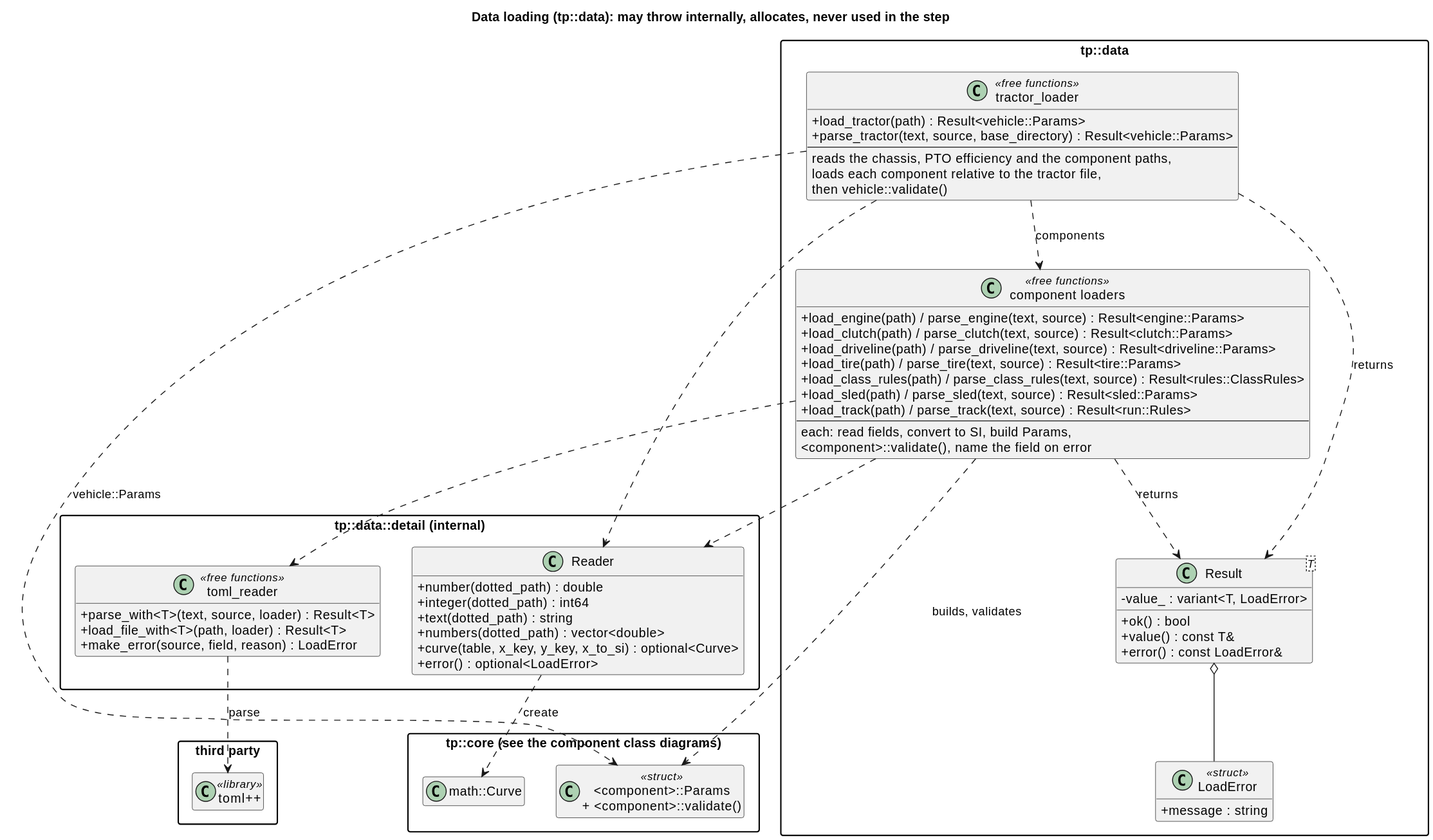
Earlier version of the PlantUML export docs/diagrams/svg/data_io_classes.svg (wversteeg/TractorPulling).
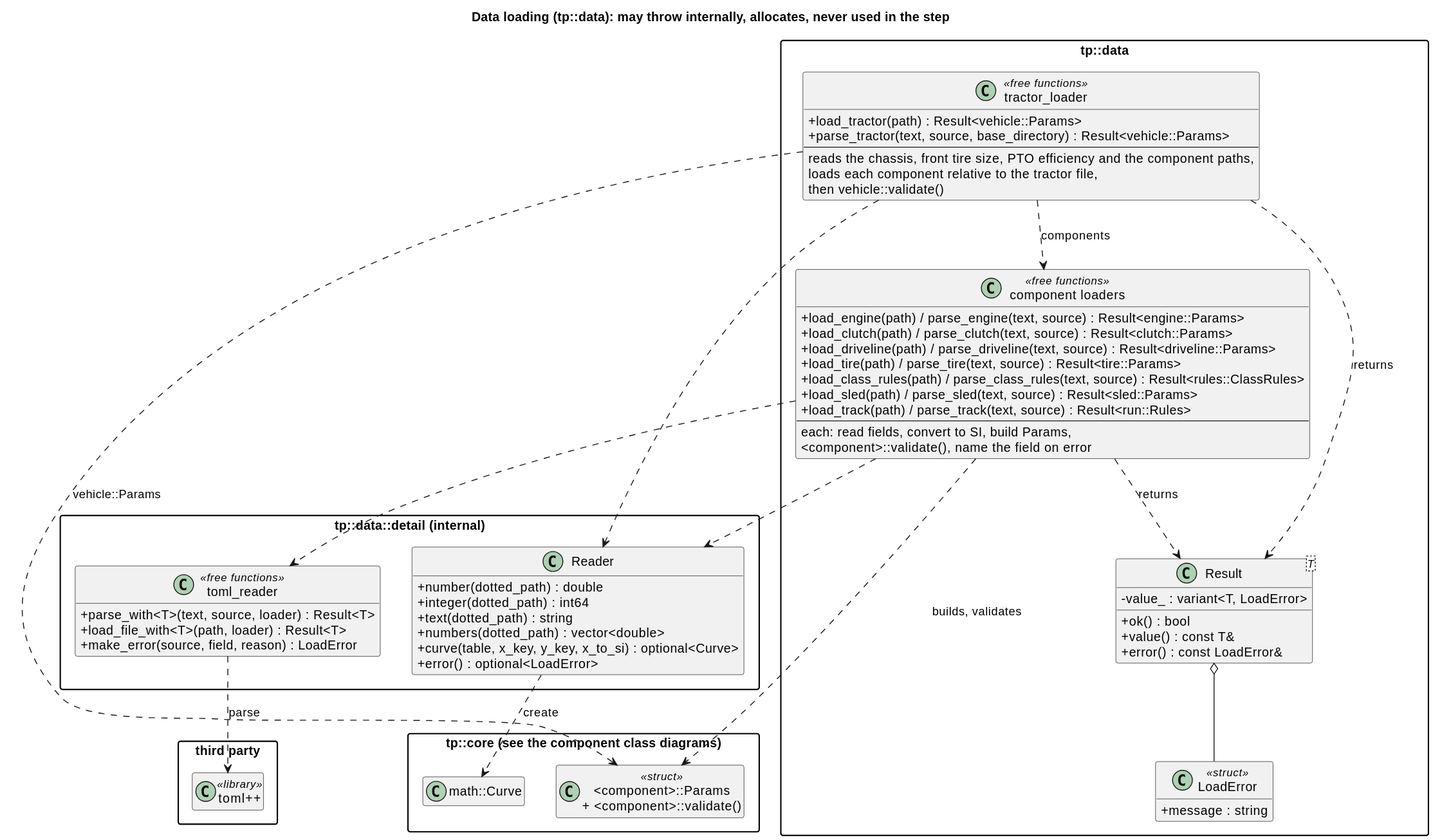
The same file after the commit.

Diff of the diagram source:
```diff
@@ -31,7 +31,7 @@
     +load_tractor(path) : Result<vehicle::Params>
     +parse_tractor(text, source, base_directory) : Result<vehicle::Params>
     --
-    reads the chassis, PTO efficiency and the component paths,
+    reads the chassis, front tire size, PTO efficiency and the component paths,
     loads each component relative to the tractor file,
     then vehicle::validate()
   }
```
